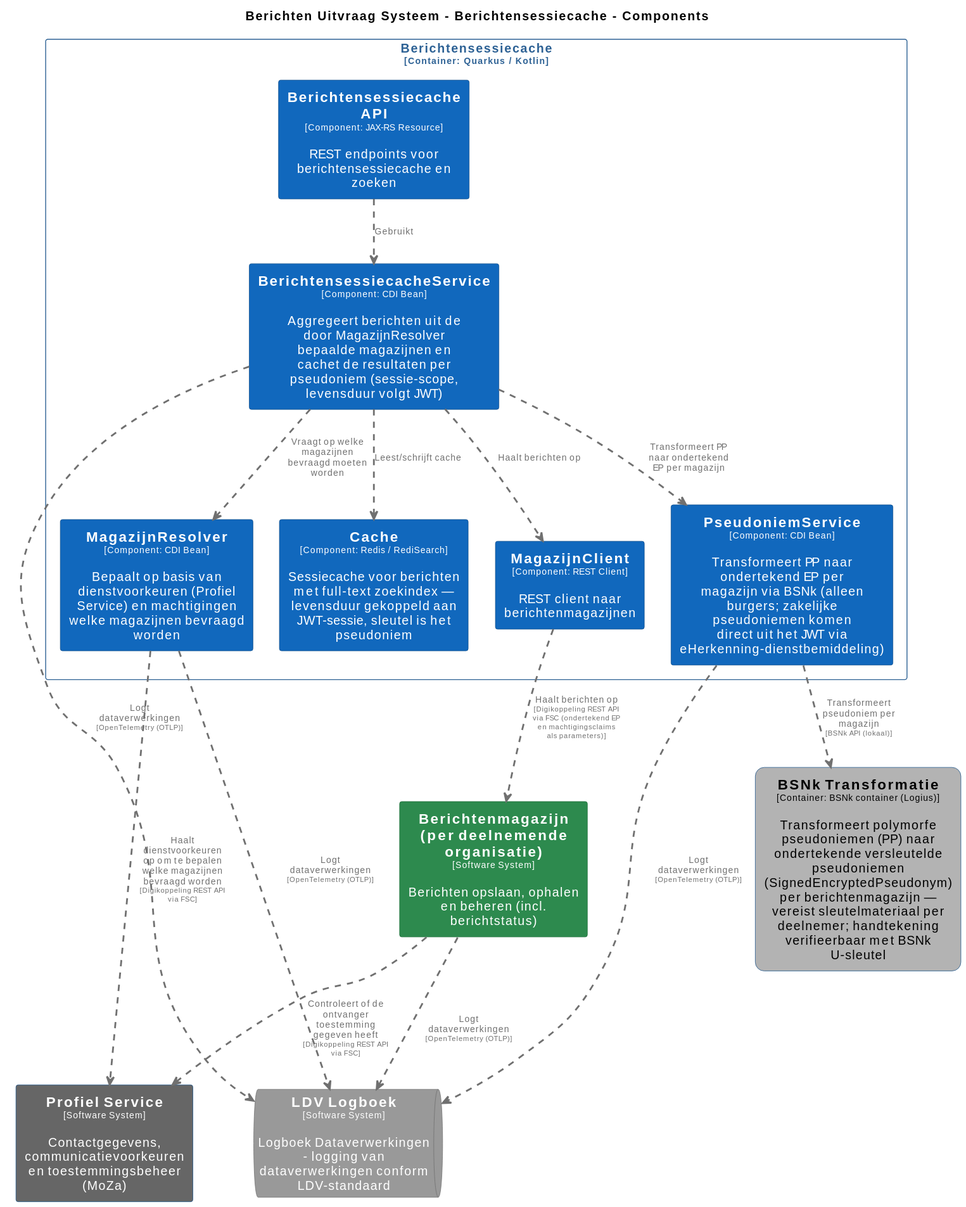
Earlier version of the PlantUML export pr-preview/pr-22/master/svg/BerichtensessiecacheComponenten.svg (MinBZK/moza-poc-fbs-berichtenbox). Its source is kept beside it as pr-preview/pr-22/master/puml/BerichtensessiecacheComponenten.puml.
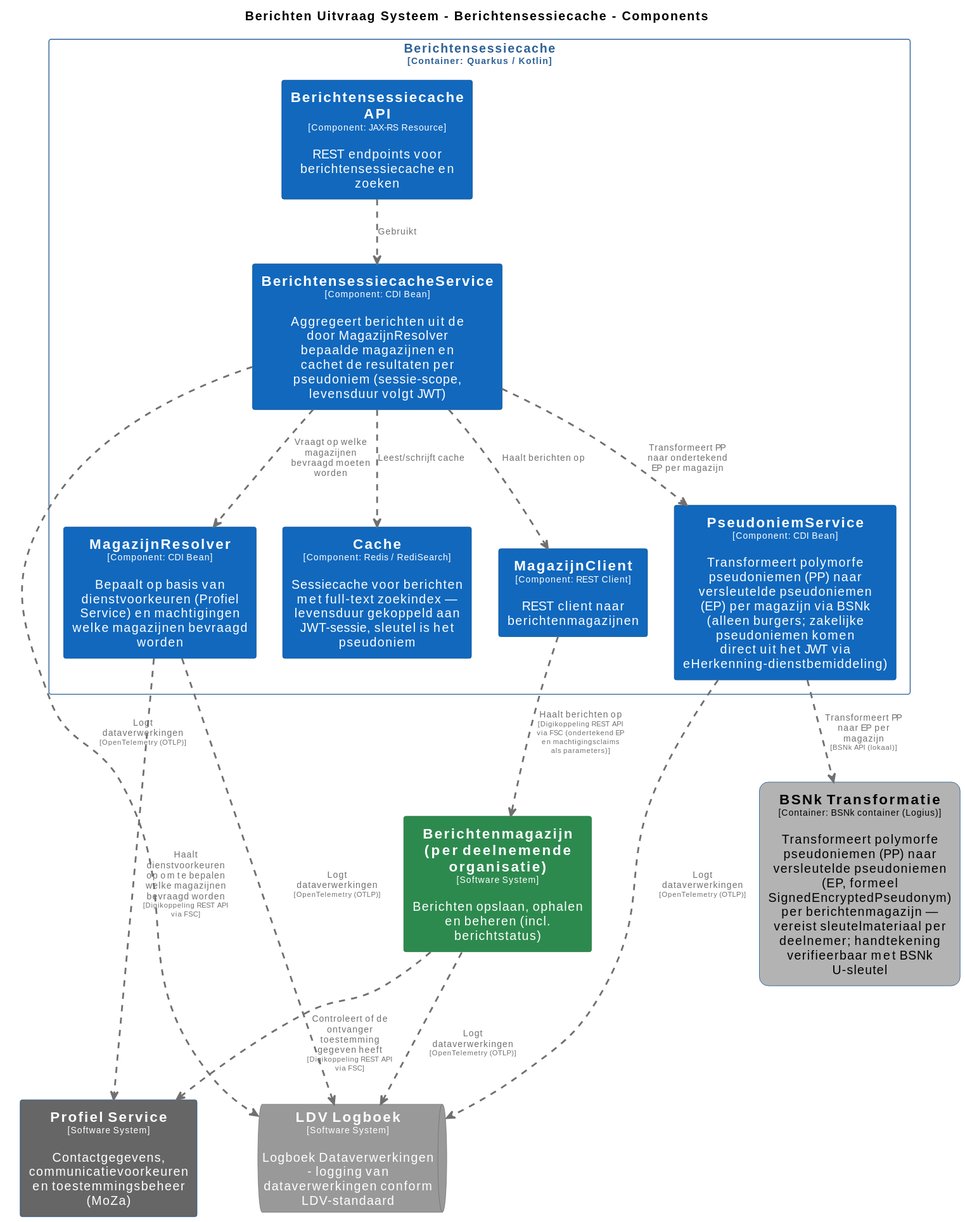
Above is the later version.

Diff of the diagram source:
```diff
@@ -84,13 +84,13 @@
 
 rectangle "==Profiel Service\n<size:10>[Software System]</size>\n\nContactgegevens, communicatievoorkeuren en toestemmingsbeheer (MoZa)" <<ProfielService>> as ProfielService
 rectangle "==Berichtenmagazijn (per deelnemende organisatie)\n<size:10>[Software System]</size>\n\nBerichten opslaan, ophalen en beheren (incl. berichtstatus)" <<Berichtenmagazijnperdeelnemendeorganisatie>> as Berichtenmagazijnperdeelnemendeorganisatie
-rectangle "==BSNk Transformatie\n<size:10>[Container: BSNk container (Logius)]</size>\n\nTransformeert polymorfe pseudoniemen (PP) naar ondertekende versleutelde pseudoniemen (SignedEncryptedPseudonym) per berichtenmagazijn — vereist sleutelmateriaal per deelnemer; handtekening verifieerbaar met BSNk U-sleutel" <<BerichtenUitvraagSysteem.BSNkTransformatie>> as BerichtenUitvraagSysteem.BSNkTransformatie
+rectangle "==BSNk Transformatie\n<size:10>[Container: BSNk container (Logius)]</size>\n\nTransformeert polymorfe pseudoniemen (PP) naar versleutelde pseudoniemen (EP, formeel SignedEncryptedPseudonym) per berichtenmagazijn — vereist sleutelmateriaal per deelnemer; handtekening verifieerbaar met BSNk U-sleutel" <<BerichtenUitvraagSysteem.BSNkTransformatie>> as BerichtenUitvraagSysteem.BSNkTransformatie
 queue "==LDV Logboek\n<size:10>[Software System]</size>\n\nLogboek Dataverwerkingen - logging van dataverwerkingen conform LDV-standaard" <<LDVLogboek>> as LDVLogboek
 
 rectangle "Berichtensessiecache\n<size:10>[Container: Quarkus / Kotlin]</size>" <<BerichtenUitvraagSysteem.Berichtensessiecache>> {
   rectangle "==Berichtensessiecache API\n<size:10>[Component: JAX-RS Resource]</size>\n\nREST endpoints voor berichtensessiecache en zoeken" <<BerichtenUitvraagSysteem.Berichtensessiecache.BerichtensessiecacheAPI>> as BerichtenUitvraagSysteem.Berichtensessiecache.BerichtensessiecacheAPI
   rectangle "==MagazijnResolver\n<size:10>[Component: CDI Bean]</size>\n\nBepaalt op basis van dienstvoorkeuren (Profiel Service) en machtigingen welke magazijnen bevraagd worden" <<BerichtenUitvraagSysteem.Berichtensessiecache.MagazijnResolver>> as BerichtenUitvraagSysteem.Berichtensessiecache.MagazijnResolver
-  rectangle "==PseudoniemService\n<size:10>[Component: CDI Bean]</size>\n\nTransformeert PP naar ondertekend EP per magazijn via BSNk (alleen burgers; zakelijke pseudoniemen komen direct uit het JWT via eHerkenning-dienstbemiddeling)" <<BerichtenUitvraagSysteem.Berichtensessiecache.PseudoniemService>> as BerichtenUitvraagSysteem.Berichtensessiecache.PseudoniemService
+  rectangle "==PseudoniemService\n<size:10>[Component: CDI Bean]</size>\n\nTransformeert polymorfe pseudoniemen (PP) naar versleutelde pseudoniemen (EP) per magazijn via BSNk (alleen burgers; zakelijke pseudoniemen komen direct uit het JWT via eHerkenning-dienstbemiddeling)" <<BerichtenUitvraagSysteem.Berichtensessiecache.PseudoniemService>> as BerichtenUitvraagSysteem.Berichtensessiecache.PseudoniemService
   rectangle "==BerichtensessiecacheService\n<size:10>[Component: CDI Bean]</size>\n\nAggregeert berichten uit de door MagazijnResolver bepaalde magazijnen en cachet de resultaten per pseudoniem (sessie-scope, levensduur volgt JWT)" <<BerichtenUitvraagSysteem.Berichtensessiecache.BerichtensessiecacheService>> as BerichtenUitvraagSysteem.Berichtensessiecache.BerichtensessiecacheService
   rectangle "==Cache\n<size:10>[Component: Redis / RediSearch]</size>\n\nSessiecache voor berichten met full-text zoekindex — levensduur gekoppeld aan JWT-sessie, sleutel is het pseudoniem" <<BerichtenUitvraagSysteem.Berichtensessiecache.Cache>> as BerichtenUitvraagSysteem.Berichtensessiecache.Cache
   rectangle "==MagazijnClient\n<size:10>[Component: REST Client]</size>\n\nREST client naar berichtenmagazijnen" <<BerichtenUitvraagSysteem.Berichtensessiecache.MagazijnClient>> as BerichtenUitvraagSysteem.Berichtensessiecache.MagazijnClient
@@ -108,5 +108,5 @@
 BerichtenUitvraagSysteem.Berichtensessiecache.BerichtensessiecacheService .[#707070,thickness=2].> BerichtenUitvraagSysteem.Berichtensessiecache.PseudoniemService : "<color:#707070>Transformeert PP naar ondertekend EP per magazijn"
 BerichtenUitvraagSysteem.Berichtensessiecache.BerichtensessiecacheService .[#707070,thickness=2].> BerichtenUitvraagSysteem.Berichtensessiecache.Cache : "<color:#707070>Leest/schrijft cache"
 BerichtenUitvraagSysteem.Berichtensessiecache.BerichtensessiecacheService .[#707070,thickness=2].> BerichtenUitvraagSysteem.Berichtensessiecache.MagazijnClient : "<color:#707070>Haalt berichten op"
-BerichtenUitvraagSysteem.Berichtensessiecache.PseudoniemService .[#707070,thickness=2].> BerichtenUitvraagSysteem.BSNkTransformatie : "<color:#707070>Transformeert pseudoniem per magazijn\n<color:#707070><size:8>[BSNk API (lokaal)]</size>"
+BerichtenUitvraagSysteem.Berichtensessiecache.PseudoniemService .[#707070,thickness=2].> BerichtenUitvraagSysteem.BSNkTransformatie : "<color:#707070>Transformeert PP naar EP per magazijn\n<color:#707070><size:8>[BSNk API (lokaal)]</size>"
 @enduml
```
